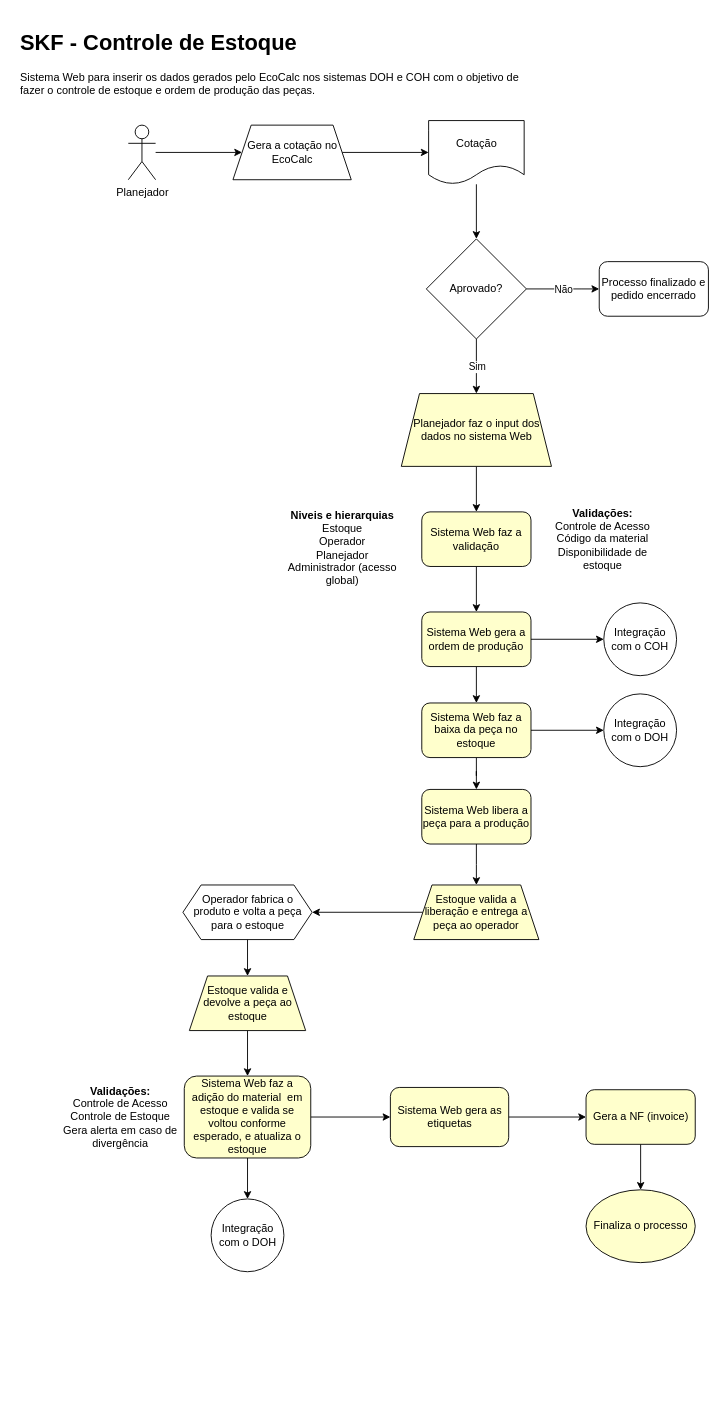
marioalboy/techinfos keeps this draw.io diagram as SKF.drawio. Above is the earlier version. Source tidied: cells renumbered, new cells numbered last; positions are measured from the earlier drawing's top-left corner, leaving out a move shared by most shapes. Both pictures are drawn from the tidied source at 91%, with x=0, y=0 at pixel (15, 25).
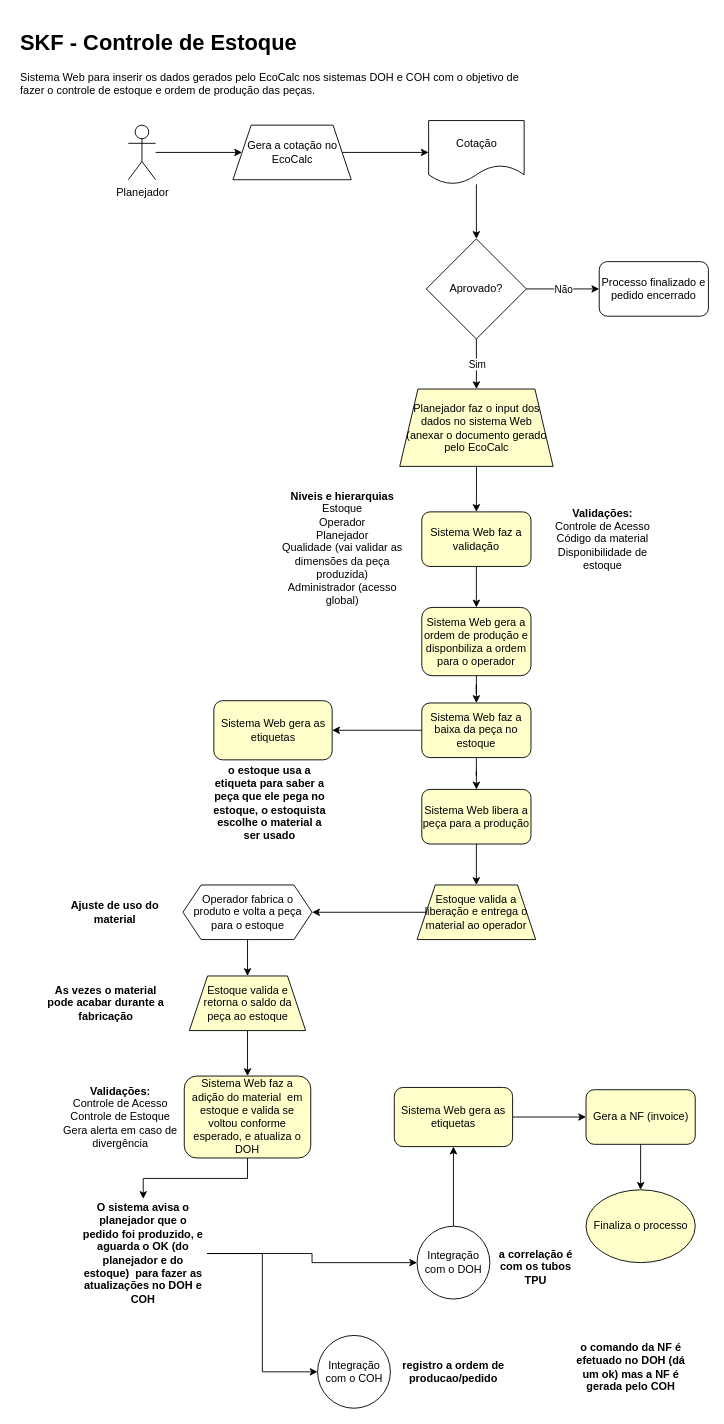
The same diagram, later.

Unchanged cells that the change refers to:
```xml
<mxCell id="19" value="Sistema Web faz a baixa da peça no estoque" style="rounded=1;whiteSpace=wrap;html=1;fillColor=#FFFFCC;" parent="1" vertex="1">
  <mxGeometry x="446" y="745" width="120" height="60" as="geometry" />
</mxCell>
```

What changed in the source:
```diff
@@
-    <mxCell id="9" value="Planejador faz o input dos dados no sistema Web" style="shape=trapezoid;perimeter=trapezoidPerimeter;whiteSpace=wrap;html=1;fixedSize=1;fillColor=#FFFFCC;" parent="1" vertex="1">
-      <mxGeometry x="423.5" y="405" width="165" height="80" as="geometry" />
+    <mxCell id="9" value="Planejador faz o input dos dados no sistema Web&lt;br&gt;(anexar o documento gerado pelo EcoCalc" style="shape=trapezoid;perimeter=trapezoidPerimeter;whiteSpace=wrap;html=1;fixedSize=1;fillColor=#FFFFCC;" parent="1" vertex="1">
+      <mxGeometry x="421.8" y="400" width="168.5" height="85" as="geometry" />
     </mxCell>
@@
-    <mxCell id="15" style="edgeStyle=orthogonalEdgeStyle;rounded=0;jettySize=auto;html=1;" parent="1" edge="1" source="16" target="26">
-      <mxGeometry relative="1" as="geometry" />
-    </mxCell>
-    <mxCell id="16" value="Sistema Web gera a ordem de produção" style="rounded=1;whiteSpace=wrap;html=1;fillColor=#FFFFCC;" parent="1" vertex="1">
-      <mxGeometry x="446" y="645" width="120" height="60" as="geometry" />
+    <mxCell id="16" value="Sistema Web gera a ordem de produção e disponbiliza a ordem para o operador" style="rounded=1;whiteSpace=wrap;html=1;fillColor=#FFFFCC;" parent="1" vertex="1">
+      <mxGeometry x="446" y="640" width="120" height="75" as="geometry" />
     </mxCell>
@@
-    <mxCell id="18" style="edgeStyle=orthogonalEdgeStyle;rounded=0;jettySize=auto;html=1;" parent="1" edge="1" source="19" target="27">
-      <mxGeometry relative="1" as="geometry" />
-    </mxCell>
+    <mxCell id="47" style="edgeStyle=orthogonalEdgeStyle;rounded=0;jettySize=auto;html=1;" parent="1" edge="1" source="19" target="56">
+      <mxGeometry relative="1" as="geometry" />
+    </mxCell>
@@
     <mxCell id="26" value="&lt;span&gt;Integração com o COH&lt;/span&gt;" style="ellipse;whiteSpace=wrap;html=1;" parent="1" vertex="1">
-      <mxGeometry x="646" y="635" width="80" height="80" as="geometry" />
+      <mxGeometry x="331.5" y="1440" width="80" height="80" as="geometry" />
     </mxCell>
-    <mxCell id="27" value="&lt;span&gt;Integração com o DOH&lt;/span&gt;" style="ellipse;whiteSpace=wrap;html=1;" parent="1" vertex="1">
-      <mxGeometry x="646" y="735" width="80" height="80" as="geometry" />
-    </mxCell>
-    <mxCell id="28" value="&lt;div&gt;&lt;b&gt;Niveis e hierarquias&lt;/b&gt;&lt;/div&gt;&lt;div&gt;Estoque&lt;/div&gt;&lt;div&gt;Operador&lt;/div&gt;&lt;div&gt;Planejador&lt;/div&gt;&lt;div&gt;Administrador (acesso global)&lt;/div&gt;" style="text;html=1;strokeColor=none;fillColor=none;align=center;verticalAlign=middle;whiteSpace=wrap;rounded=0;" parent="1" vertex="1">
+    <mxCell id="28" value="&lt;div&gt;&lt;b&gt;Niveis e hierarquias&lt;/b&gt;&lt;/div&gt;&lt;div&gt;Estoque&lt;/div&gt;&lt;div&gt;Operador&lt;/div&gt;&lt;div&gt;Planejador&lt;/div&gt;&lt;div&gt;Qualidade (vai validar as dimensões da peça produzida)&lt;/div&gt;&lt;div&gt;Administrador (acesso global)&lt;/div&gt;" style="text;html=1;strokeColor=none;fillColor=none;align=center;verticalAlign=middle;whiteSpace=wrap;rounded=0;" parent="1" vertex="1">
       <mxGeometry x="283.5" y="527" width="150" height="96" as="geometry" />
     </mxCell>
@@
-    <mxCell id="33" value="Estoque valida a liberação e entrega a peça ao operador" style="shape=trapezoid;perimeter=trapezoidPerimeter;whiteSpace=wrap;html=1;fixedSize=1;fillColor=#FFFFCC;" parent="1" vertex="1">
-      <mxGeometry x="437.2" y="945" width="137.5" height="60" as="geometry" />
+    <mxCell id="33" value="Estoque valida a liberação e entrega o material ao operador" style="shape=trapezoid;perimeter=trapezoidPerimeter;whiteSpace=wrap;html=1;fixedSize=1;fillColor=#FFFFCC;" parent="1" vertex="1">
+      <mxGeometry x="440.8" y="945" width="130.4" height="60" as="geometry" />
     </mxCell>
@@
-    <mxCell id="35" value="Estoque valida e devolve a peça ao estoque" style="shape=trapezoid;perimeter=trapezoidPerimeter;whiteSpace=wrap;html=1;fixedSize=1;fillColor=#FFFFCC;" parent="1" vertex="1">
+    <mxCell id="35" value="Estoque valida e retorna o saldo da peça ao estoque" style="shape=trapezoid;perimeter=trapezoidPerimeter;whiteSpace=wrap;html=1;fixedSize=1;fillColor=#FFFFCC;" parent="1" vertex="1">
       <mxGeometry x="190.6" y="1045" width="127.8" height="60" as="geometry" />
     </mxCell>
-    <mxCell id="36" style="edgeStyle=orthogonalEdgeStyle;rounded=0;jettySize=auto;html=1;" parent="1" edge="1" source="38" target="40">
+    <mxCell id="36" style="edgeStyle=orthogonalEdgeStyle;rounded=0;jettySize=auto;html=1;exitX=0.5;exitY=0;exitDx=0;exitDy=0;" parent="1" edge="1" source="43" target="40">
       <mxGeometry relative="1" as="geometry" />
     </mxCell>
-    <mxCell id="37" style="edgeStyle=orthogonalEdgeStyle;rounded=0;jettySize=auto;html=1;" parent="1" edge="1" source="38" target="43">
+    <mxCell id="37" style="edgeStyle=orthogonalEdgeStyle;rounded=0;jettySize=auto;html=1;exitX=1;exitY=0.5;exitDx=0;exitDy=0;" parent="1" edge="1" source="52" target="43">
       <mxGeometry relative="1" as="geometry" />
     </mxCell>
+    <mxCell id="48" style="edgeStyle=orthogonalEdgeStyle;rounded=0;jettySize=auto;html=1;" parent="1" edge="1" source="38" target="52">
+      <mxGeometry relative="1" as="geometry" />
+    </mxCell>
-    <mxCell id="38" value="Sistema Web faz a adição do material&amp;nbsp; em estoque e valida se voltou conforme esperado, e atualiza o estoque" style="rounded=1;whiteSpace=wrap;html=1;fillColor=#FFFFCC;" parent="1" vertex="1">
+    <mxCell id="38" value="Sistema Web faz a adição do material&amp;nbsp; em estoque e valida se voltou conforme esperado, e atualiza o DOH" style="rounded=1;whiteSpace=wrap;html=1;fillColor=#FFFFCC;" parent="1" vertex="1">
       <mxGeometry x="185" y="1155" width="139" height="90" as="geometry" />
     </mxCell>
@@
     <mxCell id="40" value="Sistema Web gera as etiquetas" style="whiteSpace=wrap;html=1;rounded=1;fillColor=#FFFFCC;" parent="1" vertex="1">
-      <mxGeometry x="411.5" y="1167.5" width="130" height="65" as="geometry" />
+      <mxGeometry x="415.8" y="1167.5" width="130" height="65" as="geometry" />
     </mxCell>
@@
     <mxCell id="43" value="&lt;span&gt;Integração com o DOH&lt;/span&gt;" style="ellipse;whiteSpace=wrap;html=1;" parent="1" vertex="1">
-      <mxGeometry x="214.5" y="1290" width="80" height="80" as="geometry" />
+      <mxGeometry x="440.8" y="1320" width="80" height="80" as="geometry" />
     </mxCell>
@@
+    <mxCell id="49" value="&lt;div&gt;&lt;b&gt;Ajuste de uso do material&lt;/b&gt;&lt;/div&gt;" style="text;html=1;strokeColor=none;fillColor=none;align=center;verticalAlign=middle;whiteSpace=wrap;rounded=0;" parent="1" vertex="1">
+      <mxGeometry x="40" y="927" width="137.5" height="96" as="geometry" />
+    </mxCell>
+    <mxCell id="50" value="&lt;b&gt;As vezes o material pode acabar durante a fabricação&lt;/b&gt;" style="text;html=1;strokeColor=none;fillColor=none;align=center;verticalAlign=middle;whiteSpace=wrap;rounded=0;" parent="1" vertex="1">
+      <mxGeometry x="30" y="1027" width="137.5" height="96" as="geometry" />
+    </mxCell>
+    <mxCell id="51" style="edgeStyle=orthogonalEdgeStyle;rounded=0;jettySize=auto;html=1;entryX=0;entryY=0.5;entryDx=0;entryDy=0;" parent="1" edge="1" source="52" target="26">
+      <mxGeometry relative="1" as="geometry" />
+    </mxCell>
+    <mxCell id="52" value="&lt;b&gt;O sistema avisa o planejador que o pedido foi produzido, e aguarda o OK (do planejador e do estoque)&amp;nbsp; para fazer as atualizações no DOH e COH&lt;/b&gt;" style="text;html=1;strokeColor=none;fillColor=none;align=center;verticalAlign=middle;whiteSpace=wrap;rounded=0;" parent="1" vertex="1">
+      <mxGeometry x="69.8" y="1290" width="140.2" height="120" as="geometry" />
+    </mxCell>
+    <mxCell id="53" value="&lt;b&gt;registro a ordem de producao/pedido&lt;/b&gt;" style="text;html=1;strokeColor=none;fillColor=none;align=center;verticalAlign=middle;whiteSpace=wrap;rounded=0;" parent="1" vertex="1">
+      <mxGeometry x="410.7" y="1445" width="140.2" height="70" as="geometry" />
+    </mxCell>
+    <mxCell id="54" value="&lt;b&gt;a correlação é com os tubos TPU&lt;/b&gt;" style="text;html=1;strokeColor=none;fillColor=none;align=center;verticalAlign=middle;whiteSpace=wrap;rounded=0;" parent="1" vertex="1">
+      <mxGeometry x="520.8" y="1330" width="101" height="70" as="geometry" />
+    </mxCell>
+    <mxCell id="55" value="&lt;b&gt;o comando da NF é efetuado no DOH (dá um ok) mas a NF é gerada pelo COH&lt;/b&gt;" style="text;html=1;strokeColor=none;fillColor=none;align=center;verticalAlign=middle;whiteSpace=wrap;rounded=0;" parent="1" vertex="1">
+      <mxGeometry x="606.3" y="1440" width="140.2" height="70" as="geometry" />
+    </mxCell>
+    <mxCell id="56" value="Sistema Web gera as etiquetas" style="whiteSpace=wrap;html=1;rounded=1;fillColor=#FFFFCC;" parent="1" vertex="1">
+      <mxGeometry x="217.5" y="742.5" width="130" height="65" as="geometry" />
+    </mxCell>
+    <mxCell id="57" value="&lt;b&gt;o estoque usa a etiqueta para saber a peça que ele pega no estoque, o estoquista escolhe o material a ser usado&lt;/b&gt;" style="text;html=1;strokeColor=none;fillColor=none;align=center;verticalAlign=middle;whiteSpace=wrap;rounded=0;" parent="1" vertex="1">
+      <mxGeometry x="210" y="790" width="137.5" height="130" as="geometry" />
+    </mxCell>
```
